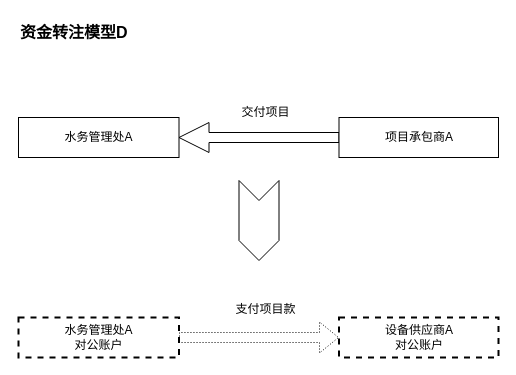
This is page "0004" (4 of 4) of src/main/work/zhonghuan/20231108222507.drawio from ab-doc/draw.io, a draw.io file, before an edit. Source tidied: cells renumbered, new cells numbered last; positions are measured from the earlier drawing's top-left corner, leaving out a move shared by most shapes. Both pictures are drawn from the tidied source at 100%, with x=0, y=0 at pixel (17, 17).
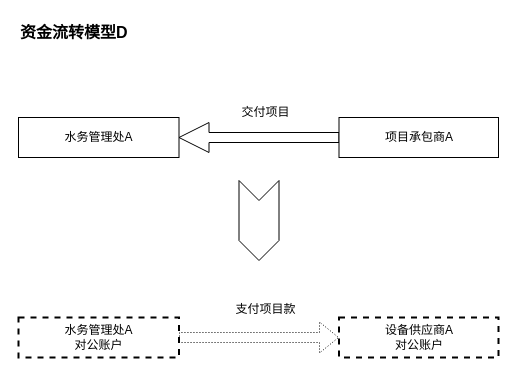
After the change.

What changed in the source:
```diff
@@
 <mxGraphModel>
   <root>
     <mxCell id="0" />
     <mxCell id="1" parent="0" />
-    <mxCell id="2" value="&lt;b style=&quot;font-size: 16px;&quot;&gt;资金转注模型D&lt;/b&gt;" style="text;html=1;align=left;verticalAlign=middle;strokeColor=none;fillColor=none;fontSize=16;rounded=0;labelBackgroundColor=none;" parent="1" vertex="1">
+    <mxCell id="2" value="&lt;b style=&quot;font-size: 16px;&quot;&gt;资金流转模型D&lt;/b&gt;" style="text;html=1;align=left;verticalAlign=middle;strokeColor=none;fillColor=none;fontSize=16;rounded=0;labelBackgroundColor=none;" parent="1" vertex="1">
       <mxGeometry x="0.5" width="130" height="30" as="geometry" />
     </mxCell>
     <mxCell id="3" style="edgeStyle=orthogonalEdgeStyle;rounded=0;jettySize=auto;html=1;shape=arrow;strokeColor=default;" parent="1" edge="1" source="5" target="4">
       <mxGeometry relative="1" as="geometry" />
     </mxCell>
     <mxCell id="4" value="水务管理处A" style="rounded=0;whiteSpace=wrap;html=1;" parent="1" vertex="1">
       <mxGeometry x="1" y="100" width="160.5" height="40" as="geometry" />
     </mxCell>
     <mxCell id="5" value="项目承包商A" style="rounded=0;whiteSpace=wrap;html=1;" parent="1" vertex="1">
       <mxGeometry x="321.5" y="100" width="159.5" height="40" as="geometry" />
     </mxCell>
     <mxCell id="6" style="shape=step;perimeter=stepPerimeter;whiteSpace=wrap;html=1;fixedSize=1;direction=south;" parent="1" vertex="1">
       <mxGeometry x="221.5" y="163" width="40" height="80" as="geometry" />
     </mxCell>
     <mxCell id="7" style="edgeStyle=orthogonalEdgeStyle;rounded=0;jettySize=auto;html=1;shape=flexArrow;startArrow=block;startFill=0;endArrow=none;endFill=0;dashed=1;dashPattern=1 2;strokeWidth=1;" parent="1" edge="1" source="9" target="8">
       <mxGeometry relative="1" as="geometry" />
     </mxCell>
     <mxCell id="8" value="水务管理处A&lt;br&gt;对公账户" style="rounded=0;whiteSpace=wrap;html=1;dashed=1;strokeWidth=2;" parent="1" vertex="1">
       <mxGeometry x="1" y="300" width="160.5" height="40" as="geometry" />
     </mxCell>
     <mxCell id="9" value="设备供应商A&lt;br&gt;对公账户" style="rounded=0;whiteSpace=wrap;html=1;dashed=1;strokeWidth=2;" parent="1" vertex="1">
       <mxGeometry x="321.5" y="300" width="159.5" height="40" as="geometry" />
     </mxCell>
     <mxCell id="10" value="交付项目" style="text;html=1;align=center;verticalAlign=middle;strokeColor=none;fillColor=none;" parent="1" vertex="1">
       <mxGeometry x="212.5" y="80" width="70" height="30" as="geometry" />
     </mxCell>
     <mxCell id="11" value="支付项目款" style="text;html=1;align=center;verticalAlign=middle;strokeColor=none;fillColor=none;" parent="1" vertex="1">
       <mxGeometry x="207.5" y="277" width="80" height="30" as="geometry" />
     </mxCell>
   </root>
 </mxGraphModel>
```
